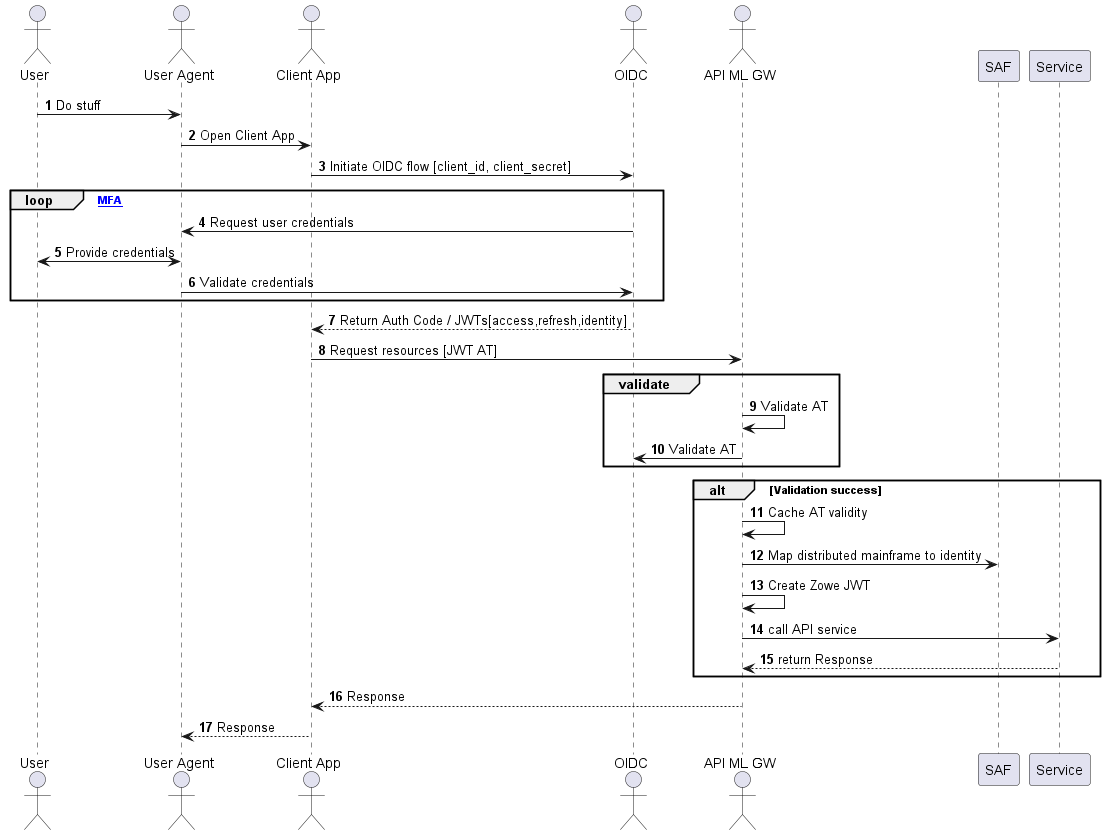
Above: docs/images/api-mediation/apiml-oidc-auth-seq.png in zowe/docs-site (PlantUML), before the change.
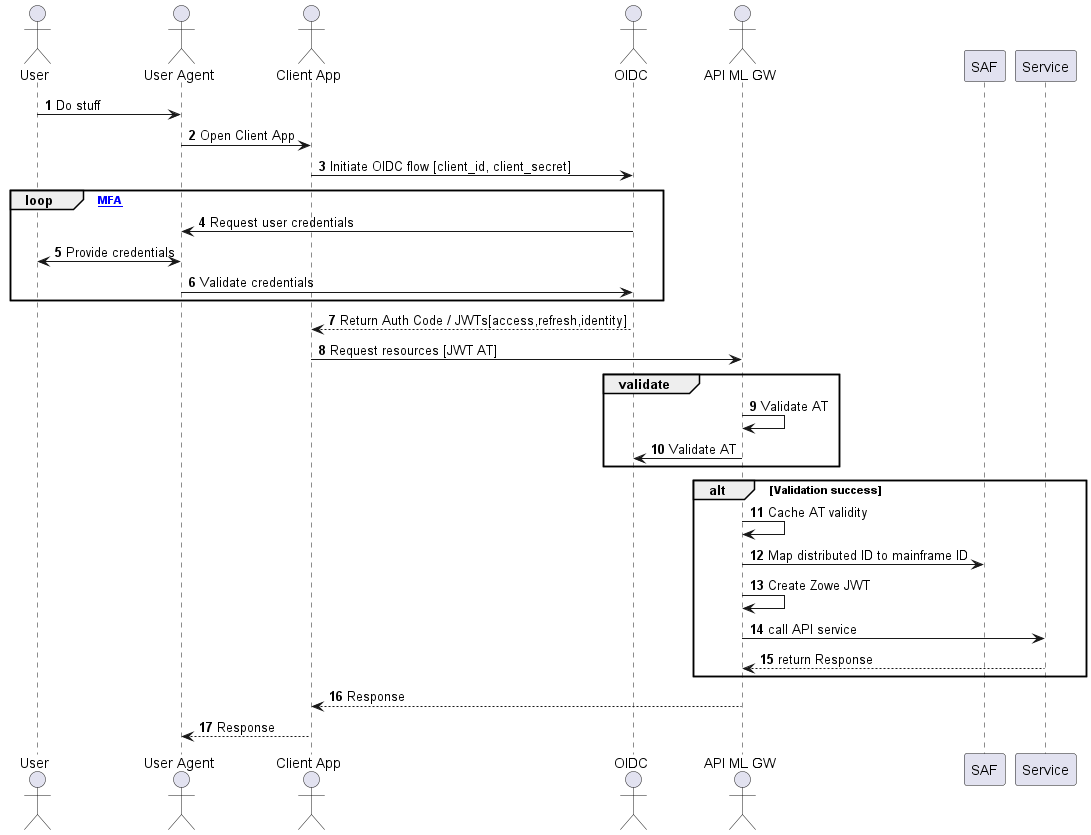
Above is the later version.

Commit message:
FIX: Diagram - mapping text, image, links

The edit, as a diff of the source:
```diff
@@ -23,7 +23,7 @@
 end
 alt Validation success
 GW -> GW: Cache AT validity
-GW -> SAF: Map distributed mainframe to identity
+GW -> SAF: Map distributed ID to mainframe ID
 GW -> GW: Create Zowe JWT
 GW -> Service: call API service
 Service --> GW: return Response
```
